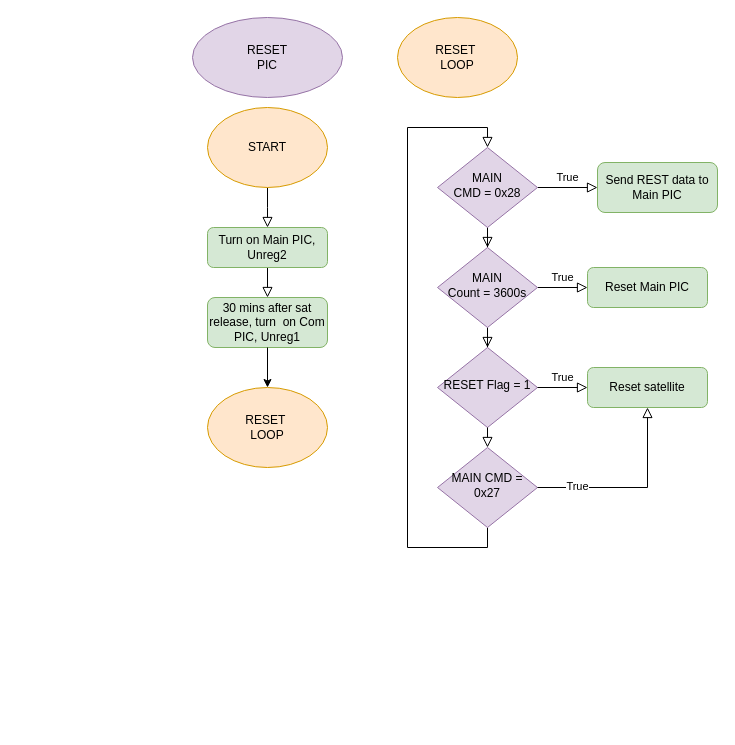
The draw.io diagram page "RESET-PIC" (2 of 4) of Diagrams/pic_operations.drawio in BIRDSOpenSource/BIRDSRP-OBC, before the edit. Source tidied: cells renumbered, new cells numbered last; positions are measured from the earlier drawing's top-left corner, leaving out a move shared by most shapes. Both pictures are drawn from the tidied source at 100%, with x=0, y=0 at pixel (192, 17).
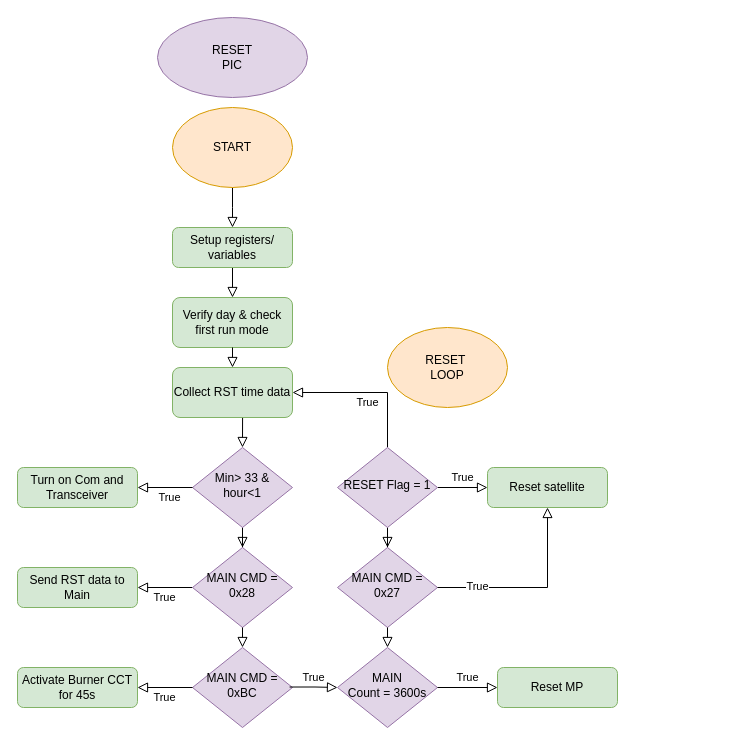
After the change.

Diff of the diagram source:
```diff
@@
     <mxCell id="2" style="rounded=0;html=1;jettySize=auto;fontSize=11;endArrow=block;endFill=0;endSize=8;strokeWidth=1;shadow=0;labelBackgroundColor=none;edgeStyle=orthogonalEdgeStyle;exitX=0.5;exitY=1;exitDx=0;exitDy=0;entryX=0.5;entryY=0;entryDx=0;entryDy=0;" parent="1" edge="1" source="8" target="6">
       <mxGeometry relative="1" as="geometry">
         <Array as="points">
-          <mxPoint x="75" y="190" />
-          <mxPoint x="75" y="190" />
+          <mxPoint x="40" y="190" />
+          <mxPoint x="40" y="190" />
         </Array>
       </mxGeometry>
     </mxCell>
@@
-    <mxCell id="4" value="30 mins after sat release, turn&amp;nbsp; on Com PIC, Unreg1" style="rounded=1;whiteSpace=wrap;html=1;fontSize=12;glass=0;strokeWidth=1;shadow=0;fillColor=#d5e8d4;strokeColor=#82b366;" parent="1" vertex="1">
-      <mxGeometry x="15" y="280" width="120" height="50" as="geometry" />
+    <mxCell id="4" value="&lt;div&gt;Verify day &amp;amp; check first run mode&lt;/div&gt;" style="rounded=1;whiteSpace=wrap;html=1;fontSize=12;glass=0;strokeWidth=1;shadow=0;fillColor=#d5e8d4;strokeColor=#82b366;" parent="1" vertex="1">
+      <mxGeometry x="-20" y="280" width="120" height="50" as="geometry" />
     </mxCell>
-    <mxCell id="5" style="edgeStyle=orthogonalEdgeStyle;rounded=0;jettySize=auto;html=1;exitX=0.5;exitY=1;exitDx=0;exitDy=0;entryX=0.5;entryY=0;entryDx=0;entryDy=0;" parent="1" edge="1" source="4" target="9">
-      <mxGeometry relative="1" as="geometry" />
-    </mxCell>
-    <mxCell id="6" value="Turn on Main PIC, Unreg2" style="rounded=1;whiteSpace=wrap;html=1;fontSize=12;glass=0;strokeWidth=1;shadow=0;fillColor=#d5e8d4;strokeColor=#82b366;" parent="1" vertex="1">
-      <mxGeometry x="15" y="210" width="120" height="40" as="geometry" />
+    <mxCell id="6" value="&lt;div&gt;Setup registers/ variables&lt;/div&gt;" style="rounded=1;whiteSpace=wrap;html=1;fontSize=12;glass=0;strokeWidth=1;shadow=0;fillColor=#d5e8d4;strokeColor=#82b366;" parent="1" vertex="1">
+      <mxGeometry x="-20" y="210" width="120" height="40" as="geometry" />
     </mxCell>
     <mxCell id="7" value="RESET&lt;div&gt;PIC&lt;/div&gt;" style="ellipse;whiteSpace=wrap;html=1;fillColor=#e1d5e7;strokeColor=#9673a6;" parent="1" vertex="1">
-      <mxGeometry width="150" height="80" as="geometry" />
+      <mxGeometry x="-35" width="150" height="80" as="geometry" />
     </mxCell>
     <mxCell id="8" value="START" style="ellipse;whiteSpace=wrap;html=1;fillColor=#ffe6cc;strokeColor=#d79b00;" parent="1" vertex="1">
-      <mxGeometry x="15" y="90" width="120" height="80" as="geometry" />
+      <mxGeometry x="-20" y="90" width="120" height="80" as="geometry" />
     </mxCell>
-    <mxCell id="9" value="RESET&amp;nbsp;&lt;div&gt;LOOP&lt;/div&gt;" style="ellipse;whiteSpace=wrap;html=1;fillColor=#ffe6cc;strokeColor=#d79b00;" parent="1" vertex="1">
-      <mxGeometry x="15" y="370" width="120" height="80" as="geometry" />
-    </mxCell>
-    <mxCell id="10" style="rounded=0;html=1;jettySize=auto;fontSize=11;endArrow=block;endFill=0;endSize=8;strokeWidth=1;shadow=0;labelBackgroundColor=none;edgeStyle=orthogonalEdgeStyle;entryX=0.5;entryY=0;entryDx=0;entryDy=0;exitX=0.5;exitY=1;exitDx=0;exitDy=0;" parent="1" edge="1" source="21" target="13">
-      <mxGeometry relative="1" as="geometry">
-        <Array as="points">
-          <mxPoint x="295" y="530" />
-          <mxPoint x="215" y="530" />
-          <mxPoint x="215" y="110" />
-          <mxPoint x="295" y="110" />
-        </Array>
-      </mxGeometry>
-    </mxCell>
-    <mxCell id="11" style="rounded=0;html=1;jettySize=auto;fontSize=11;endArrow=block;endFill=0;endSize=8;strokeWidth=1;shadow=0;labelBackgroundColor=none;edgeStyle=orthogonalEdgeStyle;" parent="1" edge="1" source="13" target="17">
-      <mxGeometry y="20" relative="1" as="geometry" />
-    </mxCell>
-    <mxCell id="12" value="True" style="edgeStyle=orthogonalEdgeStyle;rounded=0;html=1;jettySize=auto;fontSize=11;endArrow=block;endFill=0;endSize=8;strokeWidth=1;shadow=0;labelBackgroundColor=none;" parent="1" edge="1" source="13" target="14">
+    <mxCell id="12" value="True" style="edgeStyle=orthogonalEdgeStyle;rounded=0;html=1;jettySize=auto;fontSize=11;endArrow=block;endFill=0;endSize=8;strokeWidth=1;shadow=0;labelBackgroundColor=none;exitX=0.5;exitY=0;exitDx=0;exitDy=0;entryX=1;entryY=0.5;entryDx=0;entryDy=0;" parent="1" edge="1" source="17" target="14">
       <mxGeometry y="10" relative="1" as="geometry" />
     </mxCell>
-    <mxCell id="13" value="&lt;div&gt;MAIN&lt;/div&gt;&lt;div&gt;CMD = 0x28&lt;/div&gt;" style="rhombus;whiteSpace=wrap;html=1;shadow=0;fontFamily=Helvetica;fontSize=12;align=center;strokeWidth=1;spacing=6;spacingTop=-4;fillColor=#e1d5e7;strokeColor=#9673a6;" parent="1" vertex="1">
-      <mxGeometry x="245" y="130" width="100" height="80" as="geometry" />
-    </mxCell>
-    <mxCell id="14" value="Send REST data to Main PIC" style="rounded=1;whiteSpace=wrap;html=1;fontSize=12;glass=0;strokeWidth=1;shadow=0;fillColor=#d5e8d4;strokeColor=#82b366;" parent="1" vertex="1">
-      <mxGeometry x="405" y="145" width="120" height="50" as="geometry" />
+    <mxCell id="14" value="&lt;div&gt;Collect RST time data&lt;/div&gt;" style="rounded=1;whiteSpace=wrap;html=1;fontSize=12;glass=0;strokeWidth=1;shadow=0;fillColor=#d5e8d4;strokeColor=#82b366;" parent="1" vertex="1">
+      <mxGeometry x="-20" y="350" width="120" height="50" as="geometry" />
     </mxCell>
@@
-    <mxCell id="16" value="True" style="edgeStyle=orthogonalEdgeStyle;rounded=0;html=1;jettySize=auto;fontSize=11;endArrow=block;endFill=0;endSize=8;strokeWidth=1;shadow=0;labelBackgroundColor=none;" parent="1" edge="1" source="17" target="18">
+    <mxCell id="16" value="True" style="edgeStyle=orthogonalEdgeStyle;rounded=0;html=1;jettySize=auto;fontSize=11;endArrow=block;endFill=0;endSize=8;strokeWidth=1;shadow=0;labelBackgroundColor=none;entryX=0;entryY=0.5;entryDx=0;entryDy=0;" parent="1" edge="1" source="17" target="23">
       <mxGeometry y="10" relative="1" as="geometry" />
     </mxCell>
-    <mxCell id="17" value="&lt;div&gt;MAIN&lt;/div&gt;&lt;div&gt;Count = 3600s&lt;/div&gt;" style="rhombus;whiteSpace=wrap;html=1;shadow=0;fontFamily=Helvetica;fontSize=12;align=center;strokeWidth=1;spacing=6;spacingTop=-4;fillColor=#e1d5e7;strokeColor=#9673a6;" parent="1" vertex="1">
-      <mxGeometry x="245" y="230" width="100" height="80" as="geometry" />
+    <mxCell id="17" value="RESET Flag = 1" style="rhombus;whiteSpace=wrap;html=1;shadow=0;fontFamily=Helvetica;fontSize=12;align=center;strokeWidth=1;spacing=6;spacingTop=-4;fillColor=#e1d5e7;strokeColor=#9673a6;" parent="1" vertex="1">
+      <mxGeometry x="145" y="430" width="100" height="80" as="geometry" />
     </mxCell>
-    <mxCell id="18" value="Reset Main PIC" style="rounded=1;whiteSpace=wrap;html=1;fontSize=12;glass=0;strokeWidth=1;shadow=0;fillColor=#d5e8d4;strokeColor=#82b366;" parent="1" vertex="1">
-      <mxGeometry x="395" y="250" width="120" height="40" as="geometry" />
+    <mxCell id="18" value="&lt;div&gt;Turn on Com and Transceiver&lt;/div&gt;" style="rounded=1;whiteSpace=wrap;html=1;fontSize=12;glass=0;strokeWidth=1;shadow=0;fillColor=#d5e8d4;strokeColor=#82b366;" parent="1" vertex="1">
+      <mxGeometry x="-175" y="450" width="120" height="40" as="geometry" />
     </mxCell>
     <mxCell id="19" value="RESET&amp;nbsp;&lt;div&gt;LOOP&lt;/div&gt;" style="ellipse;whiteSpace=wrap;html=1;fillColor=#ffe6cc;strokeColor=#d79b00;" parent="1" vertex="1">
-      <mxGeometry x="205" width="120" height="80" as="geometry" />
+      <mxGeometry x="195" y="310" width="120" height="80" as="geometry" />
     </mxCell>
-    <mxCell id="20" value="&lt;div&gt;RESET Flag = 1&lt;/div&gt;" style="rhombus;whiteSpace=wrap;html=1;shadow=0;fontFamily=Helvetica;fontSize=12;align=center;strokeWidth=1;spacing=6;spacingTop=-4;fillColor=#e1d5e7;strokeColor=#9673a6;" parent="1" vertex="1">
-      <mxGeometry x="245" y="330" width="100" height="80" as="geometry" />
+    <mxCell id="20" value="MAIN CMD = 0x27" style="rhombus;whiteSpace=wrap;html=1;shadow=0;fontFamily=Helvetica;fontSize=12;align=center;strokeWidth=1;spacing=6;spacingTop=-4;fillColor=#e1d5e7;strokeColor=#9673a6;" parent="1" vertex="1">
+      <mxGeometry x="145" y="530" width="100" height="80" as="geometry" />
     </mxCell>
-    <mxCell id="21" value="&lt;div&gt;MAIN CMD = 0x27&lt;/div&gt;" style="rhombus;whiteSpace=wrap;html=1;shadow=0;fontFamily=Helvetica;fontSize=12;align=center;strokeWidth=1;spacing=6;spacingTop=-4;fillColor=#e1d5e7;strokeColor=#9673a6;" parent="1" vertex="1">
-      <mxGeometry x="245" y="430" width="100" height="80" as="geometry" />
+    <mxCell id="21" value="&lt;div&gt;MAIN&lt;/div&gt;&lt;div&gt;Count = 3600s&lt;/div&gt;" style="rhombus;whiteSpace=wrap;html=1;shadow=0;fontFamily=Helvetica;fontSize=12;align=center;strokeWidth=1;spacing=6;spacingTop=-4;fillColor=#e1d5e7;strokeColor=#9673a6;" parent="1" vertex="1">
+      <mxGeometry x="145" y="630" width="100" height="80" as="geometry" />
     </mxCell>
@@
     <mxCell id="23" value="Reset satellite" style="rounded=1;whiteSpace=wrap;html=1;fontSize=12;glass=0;strokeWidth=1;shadow=0;fillColor=#d5e8d4;strokeColor=#82b366;" parent="1" vertex="1">
-      <mxGeometry x="395" y="350" width="120" height="40" as="geometry" />
+      <mxGeometry x="295" y="450" width="120" height="40" as="geometry" />
     </mxCell>
-    <mxCell id="24" value="True" style="edgeStyle=orthogonalEdgeStyle;rounded=0;html=1;jettySize=auto;fontSize=11;endArrow=block;endFill=0;endSize=8;strokeWidth=1;shadow=0;labelBackgroundColor=none;exitX=1;exitY=0.5;exitDx=0;exitDy=0;entryX=0;entryY=0.5;entryDx=0;entryDy=0;" parent="1" edge="1" source="20" target="23">
+    <mxCell id="24" value="True" style="edgeStyle=orthogonalEdgeStyle;rounded=0;html=1;jettySize=auto;fontSize=11;endArrow=block;endFill=0;endSize=8;strokeWidth=1;shadow=0;labelBackgroundColor=none;entryX=1;entryY=0.5;entryDx=0;entryDy=0;exitX=0;exitY=0.5;exitDx=0;exitDy=0;" parent="1" edge="1" source="13" target="34">
       <mxGeometry y="10" relative="1" as="geometry" />
     </mxCell>
-    <mxCell id="25" style="edgeStyle=orthogonalEdgeStyle;rounded=0;html=1;jettySize=auto;fontSize=11;endArrow=block;endFill=0;endSize=8;strokeWidth=1;shadow=0;labelBackgroundColor=none;exitX=1;exitY=0.5;exitDx=0;exitDy=0;entryX=0.5;entryY=1;entryDx=0;entryDy=0;" parent="1" edge="1" source="21" target="23">
+    <mxCell id="25" style="edgeStyle=orthogonalEdgeStyle;rounded=0;html=1;jettySize=auto;fontSize=11;endArrow=block;endFill=0;endSize=8;strokeWidth=1;shadow=0;labelBackgroundColor=none;exitX=1;exitY=0.5;exitDx=0;exitDy=0;entryX=0.5;entryY=1;entryDx=0;entryDy=0;" parent="1" edge="1" source="20" target="23">
       <mxGeometry y="10" relative="1" as="geometry" />
     </mxCell>
@@
+    <mxCell id="27" style="rounded=0;html=1;jettySize=auto;fontSize=11;endArrow=block;endFill=0;endSize=8;strokeWidth=1;shadow=0;labelBackgroundColor=none;edgeStyle=orthogonalEdgeStyle;entryX=0.5;entryY=0;entryDx=0;entryDy=0;" parent="1" edge="1" source="28" target="13">
+      <mxGeometry x="0.33" y="20" relative="1" as="geometry" />
+    </mxCell>
+    <mxCell id="28" value="&lt;div&gt;Min&amp;gt; 33 &amp;amp; hour&amp;lt;1&lt;/div&gt;" style="rhombus;whiteSpace=wrap;html=1;shadow=0;fontFamily=Helvetica;fontSize=12;align=center;strokeWidth=1;spacing=6;spacingTop=-4;fillColor=#e1d5e7;strokeColor=#9673a6;" parent="1" vertex="1">
+      <mxGeometry y="430" width="100" height="80" as="geometry" />
+    </mxCell>
+    <mxCell id="13" value="MAIN CMD = 0x28" style="rhombus;whiteSpace=wrap;html=1;shadow=0;fontFamily=Helvetica;fontSize=12;align=center;strokeWidth=1;spacing=6;spacingTop=-4;fillColor=#e1d5e7;strokeColor=#9673a6;" parent="1" vertex="1">
+      <mxGeometry y="530" width="100" height="80" as="geometry" />
+    </mxCell>
+    <mxCell id="29" value="&lt;div&gt;MAIN CMD = 0xBC&lt;/div&gt;" style="rhombus;whiteSpace=wrap;html=1;shadow=0;fontFamily=Helvetica;fontSize=12;align=center;strokeWidth=1;spacing=6;spacingTop=-4;fillColor=#e1d5e7;strokeColor=#9673a6;" parent="1" vertex="1">
+      <mxGeometry y="630" width="100" height="80" as="geometry" />
+    </mxCell>
+    <mxCell id="30" style="rounded=0;html=1;jettySize=auto;fontSize=11;endArrow=block;endFill=0;endSize=8;strokeWidth=1;shadow=0;labelBackgroundColor=none;edgeStyle=orthogonalEdgeStyle;entryX=0.5;entryY=0;entryDx=0;entryDy=0;exitX=0.5;exitY=1;exitDx=0;exitDy=0;" parent="1" edge="1" source="13" target="29">
+      <mxGeometry x="0.33" y="20" relative="1" as="geometry" />
+    </mxCell>
+    <mxCell id="31" value="True" style="edgeStyle=orthogonalEdgeStyle;rounded=0;html=1;jettySize=auto;fontSize=11;endArrow=block;endFill=0;endSize=8;strokeWidth=1;shadow=0;labelBackgroundColor=none;entryX=1;entryY=0.5;entryDx=0;entryDy=0;exitX=0;exitY=0.5;exitDx=0;exitDy=0;" parent="1" edge="1" source="28" target="18">
+      <mxGeometry x="-0.18" y="10" relative="1" as="geometry" />
+    </mxCell>
+    <mxCell id="32" value="True" style="edgeStyle=orthogonalEdgeStyle;rounded=0;html=1;jettySize=auto;fontSize=11;endArrow=block;endFill=0;endSize=8;strokeWidth=1;shadow=0;labelBackgroundColor=none;entryX=0;entryY=0.5;entryDx=0;entryDy=0;exitX=1;exitY=0.5;exitDx=0;exitDy=0;" parent="1" edge="1" source="21" target="37">
+      <mxGeometry y="10" relative="1" as="geometry" />
+    </mxCell>
+    <mxCell id="33" value="True" style="edgeStyle=orthogonalEdgeStyle;rounded=0;html=1;jettySize=auto;fontSize=11;endArrow=block;endFill=0;endSize=8;strokeWidth=1;shadow=0;labelBackgroundColor=none;entryX=0;entryY=0.5;entryDx=0;entryDy=0;exitX=0.971;exitY=0.494;exitDx=0;exitDy=0;exitPerimeter=0;" parent="1" edge="1" source="29" target="21">
+      <mxGeometry y="10" relative="1" as="geometry" />
+    </mxCell>
+    <mxCell id="34" value="&lt;div&gt;Send RST data to Main&lt;/div&gt;" style="rounded=1;whiteSpace=wrap;html=1;fontSize=12;glass=0;strokeWidth=1;shadow=0;fillColor=#d5e8d4;strokeColor=#82b366;" parent="1" vertex="1">
+      <mxGeometry x="-175" y="550" width="120" height="40" as="geometry" />
+    </mxCell>
+    <mxCell id="35" value="&lt;div&gt;Activate Burner CCT for 45s&lt;/div&gt;" style="rounded=1;whiteSpace=wrap;html=1;fontSize=12;glass=0;strokeWidth=1;shadow=0;fillColor=#d5e8d4;strokeColor=#82b366;" parent="1" vertex="1">
+      <mxGeometry x="-175" y="650" width="120" height="40" as="geometry" />
+    </mxCell>
+    <mxCell id="36" value="True" style="edgeStyle=orthogonalEdgeStyle;rounded=0;html=1;jettySize=auto;fontSize=11;endArrow=block;endFill=0;endSize=8;strokeWidth=1;shadow=0;labelBackgroundColor=none;entryX=1;entryY=0.5;entryDx=0;entryDy=0;exitX=0;exitY=0.5;exitDx=0;exitDy=0;" parent="1" edge="1" source="29" target="35">
+      <mxGeometry y="10" relative="1" as="geometry" />
+    </mxCell>
+    <mxCell id="37" value="Reset MP" style="rounded=1;whiteSpace=wrap;html=1;fontSize=12;glass=0;strokeWidth=1;shadow=0;fillColor=#d5e8d4;strokeColor=#82b366;" parent="1" vertex="1">
+      <mxGeometry x="305" y="650" width="120" height="40" as="geometry" />
+    </mxCell>
+    <mxCell id="38" style="edgeStyle=orthogonalEdgeStyle;rounded=0;html=1;jettySize=auto;fontSize=11;endArrow=block;endFill=0;endSize=8;strokeWidth=1;shadow=0;labelBackgroundColor=none;exitX=0.5;exitY=1;exitDx=0;exitDy=0;entryX=0.5;entryY=0;entryDx=0;entryDy=0;" parent="1" edge="1" source="4" target="14">
+      <mxGeometry y="10" relative="1" as="geometry" />
+    </mxCell>
+    <mxCell id="39" style="edgeStyle=orthogonalEdgeStyle;rounded=0;html=1;jettySize=auto;fontSize=11;endArrow=block;endFill=0;endSize=8;strokeWidth=1;shadow=0;labelBackgroundColor=none;exitX=0.584;exitY=1.009;exitDx=0;exitDy=0;entryX=0.5;entryY=0;entryDx=0;entryDy=0;exitPerimeter=0;" parent="1" edge="1" source="14" target="28">
+      <mxGeometry y="10" relative="1" as="geometry" />
+    </mxCell>
```
